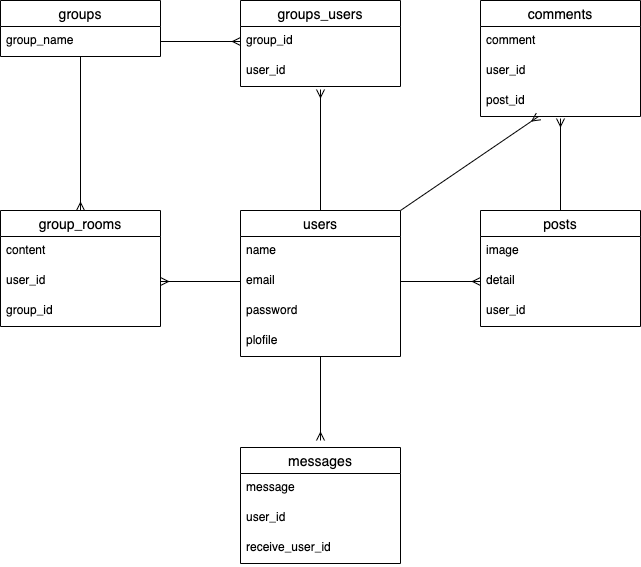
Above: ER.drawio.png in kak1-p/postration (draw.io), before the change. Source tidied: cells renumbered, new cells last; positions are measured from the earlier drawing's top-left corner, leaving out a move shared by most shapes. The source it was exported from:
```xml
<mxGraphModel>
  <root>
    <mxCell id="0" />
    <mxCell id="1" parent="0" />
    <mxCell id="2" style="edgeStyle=none;html=1;entryX=0.5;entryY=1.067;entryDx=0;entryDy=0;entryPerimeter=0;endArrow=ERmany;endFill=0;" parent="1" edge="1" source="3" target="10">
      <mxGeometry relative="1" as="geometry" />
    </mxCell>
    <mxCell id="3" value="posts" style="swimlane;fontStyle=0;horizontal=1;startSize=26;align=center;fontSize=14;" parent="1" vertex="1">
      <mxGeometry x="480" y="210" width="160" height="116" as="geometry" />
    </mxCell>
    <mxCell id="4" value="image" style="text;strokeColor=none;fillColor=none;spacingLeft=4;spacingRight=4;overflow=hidden;fontSize=12;" parent="3" vertex="1">
      <mxGeometry y="26" width="160" height="30" as="geometry" />
    </mxCell>
    <mxCell id="5" value="detail" style="text;strokeColor=none;fillColor=none;spacingLeft=4;spacingRight=4;overflow=hidden;points=[[0,0.5],[1,0.5]];portConstraint=eastwest;fontSize=12;" parent="3" vertex="1">
      <mxGeometry y="56" width="160" height="30" as="geometry" />
    </mxCell>
    <mxCell id="6" value="user_id" style="text;strokeColor=none;fillColor=none;spacingLeft=4;spacingRight=4;overflow=hidden;fontSize=12;" parent="3" vertex="1">
      <mxGeometry y="86" width="160" height="30" as="geometry" />
    </mxCell>
    <mxCell id="7" value="comments" style="swimlane;fontStyle=0;horizontal=1;startSize=26;align=center;fontSize=14;" parent="1" vertex="1">
      <mxGeometry x="480" width="160" height="116" as="geometry" />
    </mxCell>
    <mxCell id="8" value="comment" style="text;strokeColor=none;fillColor=none;spacingLeft=4;spacingRight=4;overflow=hidden;fontSize=12;" parent="7" vertex="1">
      <mxGeometry y="26" width="160" height="30" as="geometry" />
    </mxCell>
    <mxCell id="9" value="user_id" style="text;strokeColor=none;fillColor=none;spacingLeft=4;spacingRight=4;overflow=hidden;fontSize=12;" parent="7" vertex="1">
      <mxGeometry y="56" width="160" height="30" as="geometry" />
    </mxCell>
    <mxCell id="10" value="post_id" style="text;strokeColor=none;fillColor=none;spacingLeft=4;spacingRight=4;overflow=hidden;points=[[0,0.5],[1,0.5]];portConstraint=eastwest;fontSize=12;" parent="7" vertex="1">
      <mxGeometry y="86" width="160" height="30" as="geometry" />
    </mxCell>
    <mxCell id="11" value="groups_users" style="swimlane;fontStyle=0;horizontal=1;startSize=26;align=center;fontSize=14;" parent="1" vertex="1">
      <mxGeometry x="240" width="160" height="86" as="geometry" />
    </mxCell>
    <mxCell id="12" value="group_id" style="text;strokeColor=none;fillColor=none;spacingLeft=4;spacingRight=4;overflow=hidden;points=[[0,0.5],[1,0.5]];portConstraint=eastwest;fontSize=12;" parent="11" vertex="1">
      <mxGeometry y="26" width="160" height="30" as="geometry" />
    </mxCell>
    <mxCell id="13" value="user_id" style="text;strokeColor=none;fillColor=none;spacingLeft=4;spacingRight=4;overflow=hidden;points=[[0,0.5],[1,0.5]];portConstraint=eastwest;fontSize=12;" parent="11" vertex="1">
      <mxGeometry y="56" width="160" height="30" as="geometry" />
    </mxCell>
    <mxCell id="14" value="group_rooms" style="swimlane;fontStyle=0;horizontal=1;startSize=26;align=center;fontSize=14;" parent="1" vertex="1">
      <mxGeometry y="210" width="160" height="116" as="geometry" />
    </mxCell>
    <mxCell id="15" value="content" style="text;strokeColor=none;fillColor=none;spacingLeft=4;spacingRight=4;overflow=hidden;fontSize=12;" parent="14" vertex="1">
      <mxGeometry y="26" width="160" height="30" as="geometry" />
    </mxCell>
    <mxCell id="16" value="user_id" style="text;strokeColor=none;fillColor=none;spacingLeft=4;spacingRight=4;overflow=hidden;points=[[0,0.5],[1,0.5]];portConstraint=eastwest;fontSize=12;" parent="14" vertex="1">
      <mxGeometry y="56" width="160" height="30" as="geometry" />
    </mxCell>
    <mxCell id="17" value="group_id" style="text;strokeColor=none;fillColor=none;spacingLeft=4;spacingRight=4;overflow=hidden;fontSize=12;" parent="14" vertex="1">
      <mxGeometry y="86" width="160" height="30" as="geometry" />
    </mxCell>
    <mxCell id="18" style="edgeStyle=none;html=1;entryX=0.5;entryY=0;entryDx=0;entryDy=0;endArrow=ERmany;endFill=0;" parent="1" edge="1" source="19" target="14">
      <mxGeometry relative="1" as="geometry" />
    </mxCell>
    <mxCell id="19" value="groups" style="swimlane;fontStyle=0;horizontal=1;startSize=26;align=center;fontSize=14;" parent="1" vertex="1">
      <mxGeometry width="160" height="56" as="geometry" />
    </mxCell>
    <mxCell id="20" value="group_name" style="text;strokeColor=none;fillColor=none;spacingLeft=4;spacingRight=4;overflow=hidden;points=[[0,0.5],[1,0.5]];portConstraint=eastwest;fontSize=12;" parent="19" vertex="1">
      <mxGeometry y="26" width="160" height="30" as="geometry" />
    </mxCell>
    <mxCell id="21" style="edgeStyle=none;html=1;endArrow=ERmany;endFill=0;" parent="1" edge="1" source="24">
      <mxGeometry relative="1" as="geometry">
        <mxPoint x="320" y="440" as="targetPoint" />
      </mxGeometry>
    </mxCell>
    <mxCell id="22" style="edgeStyle=none;html=1;exitX=1;exitY=0;exitDx=0;exitDy=0;endArrow=ERmany;endFill=0;" parent="1" edge="1" source="24" target="10">
      <mxGeometry relative="1" as="geometry" />
    </mxCell>
    <mxCell id="23" style="edgeStyle=none;html=1;entryX=0.5;entryY=1.1;entryDx=0;entryDy=0;entryPerimeter=0;endArrow=ERmany;endFill=0;" parent="1" edge="1" source="24" target="13">
      <mxGeometry relative="1" as="geometry" />
    </mxCell>
    <mxCell id="24" value="users" style="swimlane;fontStyle=0;horizontal=1;startSize=26;align=center;fontSize=14;" parent="1" vertex="1">
      <mxGeometry x="240" y="210" width="160" height="146" as="geometry" />
    </mxCell>
    <mxCell id="25" value="name" style="text;strokeColor=none;fillColor=none;spacingLeft=4;spacingRight=4;overflow=hidden;fontSize=12;" parent="24" vertex="1">
      <mxGeometry y="26" width="160" height="30" as="geometry" />
    </mxCell>
    <mxCell id="26" value="email" style="text;strokeColor=none;fillColor=none;spacingLeft=4;spacingRight=4;overflow=hidden;points=[[0,0.5],[1,0.5]];portConstraint=eastwest;fontSize=12;" parent="24" vertex="1">
      <mxGeometry y="56" width="160" height="30" as="geometry" />
    </mxCell>
    <mxCell id="27" value="password" style="text;strokeColor=none;fillColor=none;spacingLeft=4;spacingRight=4;overflow=hidden;fontSize=12;" parent="24" vertex="1">
      <mxGeometry y="86" width="160" height="30" as="geometry" />
    </mxCell>
    <mxCell id="28" value="plofile" style="text;strokeColor=none;fillColor=none;spacingLeft=4;spacingRight=4;overflow=hidden;points=[[0,0.5],[1,0.5]];portConstraint=eastwest;fontSize=12;" parent="24" vertex="1">
      <mxGeometry y="116" width="160" height="30" as="geometry" />
    </mxCell>
    <mxCell id="29" value="messages" style="swimlane;fontStyle=0;horizontal=1;startSize=26;align=center;fontSize=14;" parent="1" vertex="1">
      <mxGeometry x="240" y="447" width="160" height="116" as="geometry" />
    </mxCell>
    <mxCell id="30" value="message" style="text;strokeColor=none;fillColor=none;spacingLeft=4;spacingRight=4;overflow=hidden;fontSize=12;" parent="29" vertex="1">
      <mxGeometry y="26" width="160" height="30" as="geometry" />
    </mxCell>
    <mxCell id="31" value="user_id" style="text;strokeColor=none;fillColor=none;spacingLeft=4;spacingRight=4;overflow=hidden;fontSize=12;" parent="29" vertex="1">
      <mxGeometry y="56" width="160" height="30" as="geometry" />
    </mxCell>
    <mxCell id="32" value="receive_user_id" style="text;strokeColor=none;fillColor=none;spacingLeft=4;spacingRight=4;overflow=hidden;fontSize=12;" parent="29" vertex="1">
      <mxGeometry y="86" width="160" height="30" as="geometry" />
    </mxCell>
    <mxCell id="33" style="edgeStyle=none;html=1;exitX=1;exitY=0.5;exitDx=0;exitDy=0;entryX=0;entryY=0.5;entryDx=0;entryDy=0;endArrow=ERmany;endFill=0;" parent="1" edge="1" source="26" target="5">
      <mxGeometry relative="1" as="geometry" />
    </mxCell>
    <mxCell id="34" style="edgeStyle=none;html=1;exitX=1;exitY=0.5;exitDx=0;exitDy=0;entryX=0;entryY=0.5;entryDx=0;entryDy=0;endArrow=ERmany;endFill=0;" parent="1" edge="1" source="20" target="12">
      <mxGeometry relative="1" as="geometry" />
    </mxCell>
    <mxCell id="35" style="edgeStyle=none;html=1;exitX=0;exitY=0.5;exitDx=0;exitDy=0;entryX=1;entryY=0.5;entryDx=0;entryDy=0;endArrow=ERmany;endFill=0;" parent="1" edge="1" source="26" target="16">
      <mxGeometry relative="1" as="geometry" />
    </mxCell>
  </root>
</mxGraphModel>
```
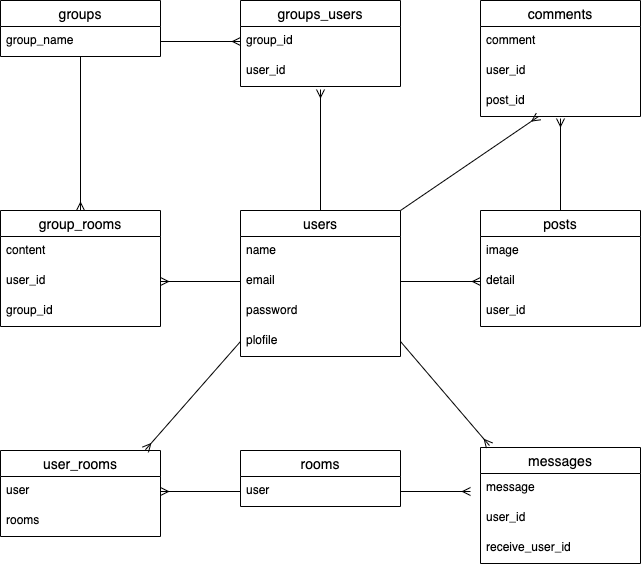
After the commit.

Change to the diagram source:
```diff
@@ -59,11 +59,6 @@
     <mxCell id="20" value="group_name" style="text;strokeColor=none;fillColor=none;spacingLeft=4;spacingRight=4;overflow=hidden;points=[[0,0.5],[1,0.5]];portConstraint=eastwest;fontSize=12;" parent="19" vertex="1">
       <mxGeometry y="26" width="160" height="30" as="geometry" />
     </mxCell>
-    <mxCell id="21" style="edgeStyle=none;html=1;endArrow=ERmany;endFill=0;" parent="1" edge="1" source="24">
-      <mxGeometry relative="1" as="geometry">
-        <mxPoint x="320" y="440" as="targetPoint" />
-      </mxGeometry>
-    </mxCell>
     <mxCell id="22" style="edgeStyle=none;html=1;exitX=1;exitY=0;exitDx=0;exitDy=0;endArrow=ERmany;endFill=0;" parent="1" edge="1" source="24" target="10">
       <mxGeometry relative="1" as="geometry" />
     </mxCell>
@@ -86,7 +81,7 @@
       <mxGeometry y="116" width="160" height="30" as="geometry" />
     </mxCell>
     <mxCell id="29" value="messages" style="swimlane;fontStyle=0;horizontal=1;startSize=26;align=center;fontSize=14;" parent="1" vertex="1">
-      <mxGeometry x="240" y="447" width="160" height="116" as="geometry" />
+      <mxGeometry x="480" y="447" width="160" height="116" as="geometry" />
     </mxCell>
     <mxCell id="30" value="message" style="text;strokeColor=none;fillColor=none;spacingLeft=4;spacingRight=4;overflow=hidden;fontSize=12;" parent="29" vertex="1">
       <mxGeometry y="26" width="160" height="30" as="geometry" />
@@ -106,5 +101,34 @@
     <mxCell id="35" style="edgeStyle=none;html=1;exitX=0;exitY=0.5;exitDx=0;exitDy=0;entryX=1;entryY=0.5;entryDx=0;entryDy=0;endArrow=ERmany;endFill=0;" parent="1" edge="1" source="26" target="16">
       <mxGeometry relative="1" as="geometry" />
     </mxCell>
+    <mxCell id="36" style="edgeStyle=none;html=1;exitX=1;exitY=0.5;exitDx=0;exitDy=0;entryX=0.056;entryY=-0.017;entryDx=0;entryDy=0;entryPerimeter=0;endArrow=ERmany;endFill=0;" parent="1" edge="1" source="28" target="29">
+      <mxGeometry relative="1" as="geometry" />
+    </mxCell>
+    <mxCell id="37" value="rooms" style="swimlane;fontStyle=0;horizontal=1;startSize=26;align=center;fontSize=14;" parent="1" vertex="1">
+      <mxGeometry x="240" y="450" width="160" height="56" as="geometry" />
+    </mxCell>
+    <mxCell id="38" value="user" style="text;strokeColor=none;fillColor=none;spacingLeft=4;spacingRight=4;overflow=hidden;points=[[0,0.5],[1,0.5]];portConstraint=eastwest;fontSize=12;" parent="37" vertex="1">
+      <mxGeometry y="26" width="160" height="30" as="geometry" />
+    </mxCell>
+    <mxCell id="39" value="user_rooms" style="swimlane;fontStyle=0;horizontal=1;startSize=26;align=center;fontSize=14;" parent="1" vertex="1">
+      <mxGeometry y="450" width="160" height="86" as="geometry" />
+    </mxCell>
+    <mxCell id="40" value="user" style="text;strokeColor=none;fillColor=none;spacingLeft=4;spacingRight=4;overflow=hidden;points=[[0,0.5],[1,0.5]];portConstraint=eastwest;fontSize=12;" parent="39" vertex="1">
+      <mxGeometry y="26" width="160" height="30" as="geometry" />
+    </mxCell>
+    <mxCell id="41" value="rooms" style="text;strokeColor=none;fillColor=none;spacingLeft=4;spacingRight=4;overflow=hidden;fontSize=12;" parent="39" vertex="1">
+      <mxGeometry y="56" width="160" height="30" as="geometry" />
+    </mxCell>
+    <mxCell id="42" style="edgeStyle=none;html=1;exitX=0;exitY=0.5;exitDx=0;exitDy=0;entryX=0.906;entryY=-0.009;entryDx=0;entryDy=0;entryPerimeter=0;endArrow=ERmany;endFill=0;" parent="1" edge="1" source="28" target="39">
+      <mxGeometry relative="1" as="geometry" />
+    </mxCell>
+    <mxCell id="43" style="edgeStyle=none;html=1;exitX=0;exitY=0.5;exitDx=0;exitDy=0;entryX=1;entryY=0.5;entryDx=0;entryDy=0;endArrow=ERmany;endFill=0;" parent="1" edge="1" source="38" target="40">
+      <mxGeometry relative="1" as="geometry" />
+    </mxCell>
+    <mxCell id="44" style="edgeStyle=none;html=1;exitX=1;exitY=0.5;exitDx=0;exitDy=0;endArrow=ERmany;endFill=0;" parent="1" edge="1" source="38">
+      <mxGeometry relative="1" as="geometry">
+        <mxPoint x="470" y="491" as="targetPoint" />
+      </mxGeometry>
+    </mxCell>
   </root>
 </mxGraphModel>
```
